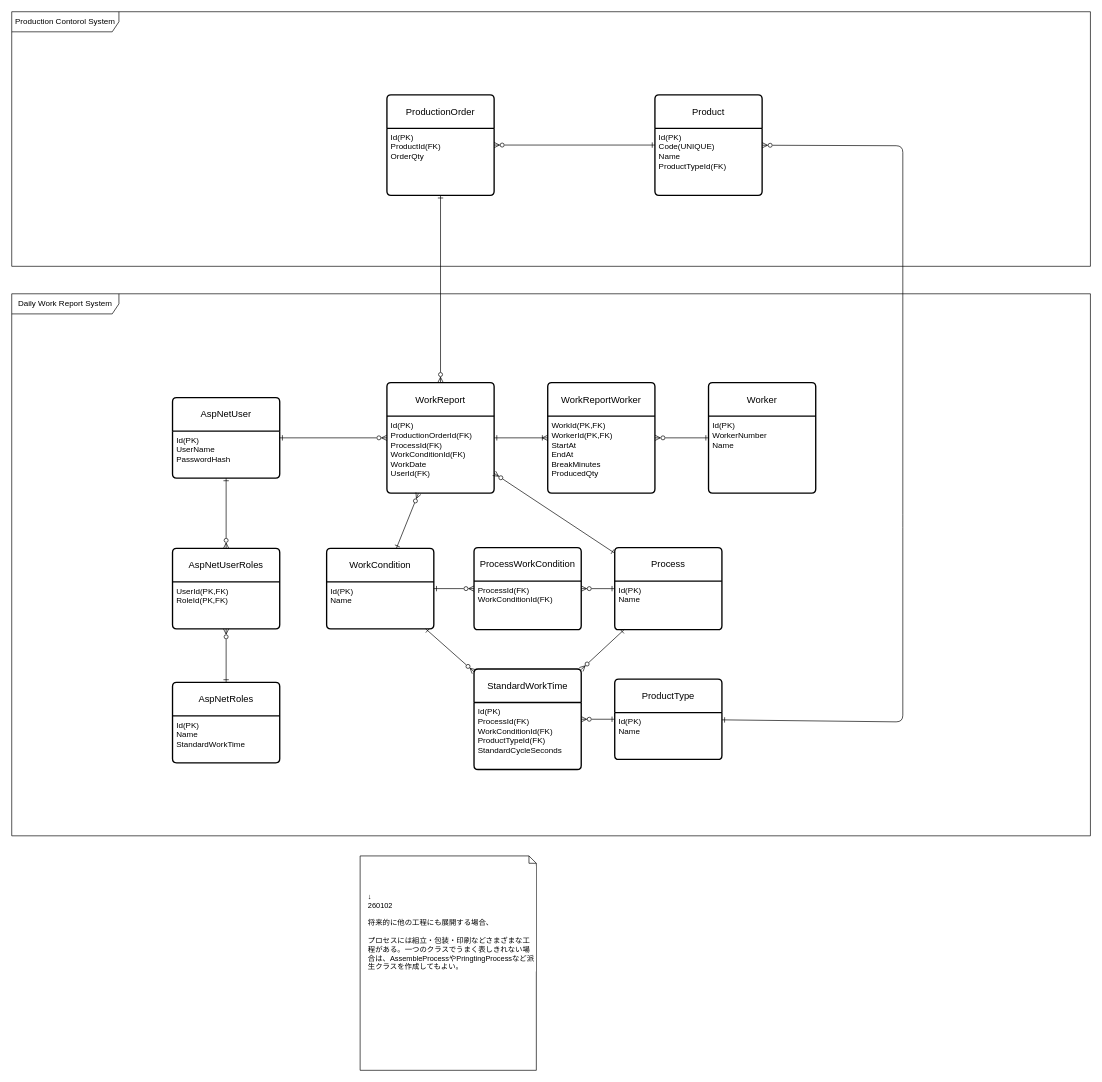
Before: docs/er.drawio in junyatanak/work-report-system, a draw.io diagram. Source tidied: cells renumbered, new cells numbered last; positions are measured from the earlier drawing's top-left corner, leaving out a move shared by most shapes. Both pictures are drawn from the tidied source at 67%, with x=0, y=0 at pixel (11, 11).
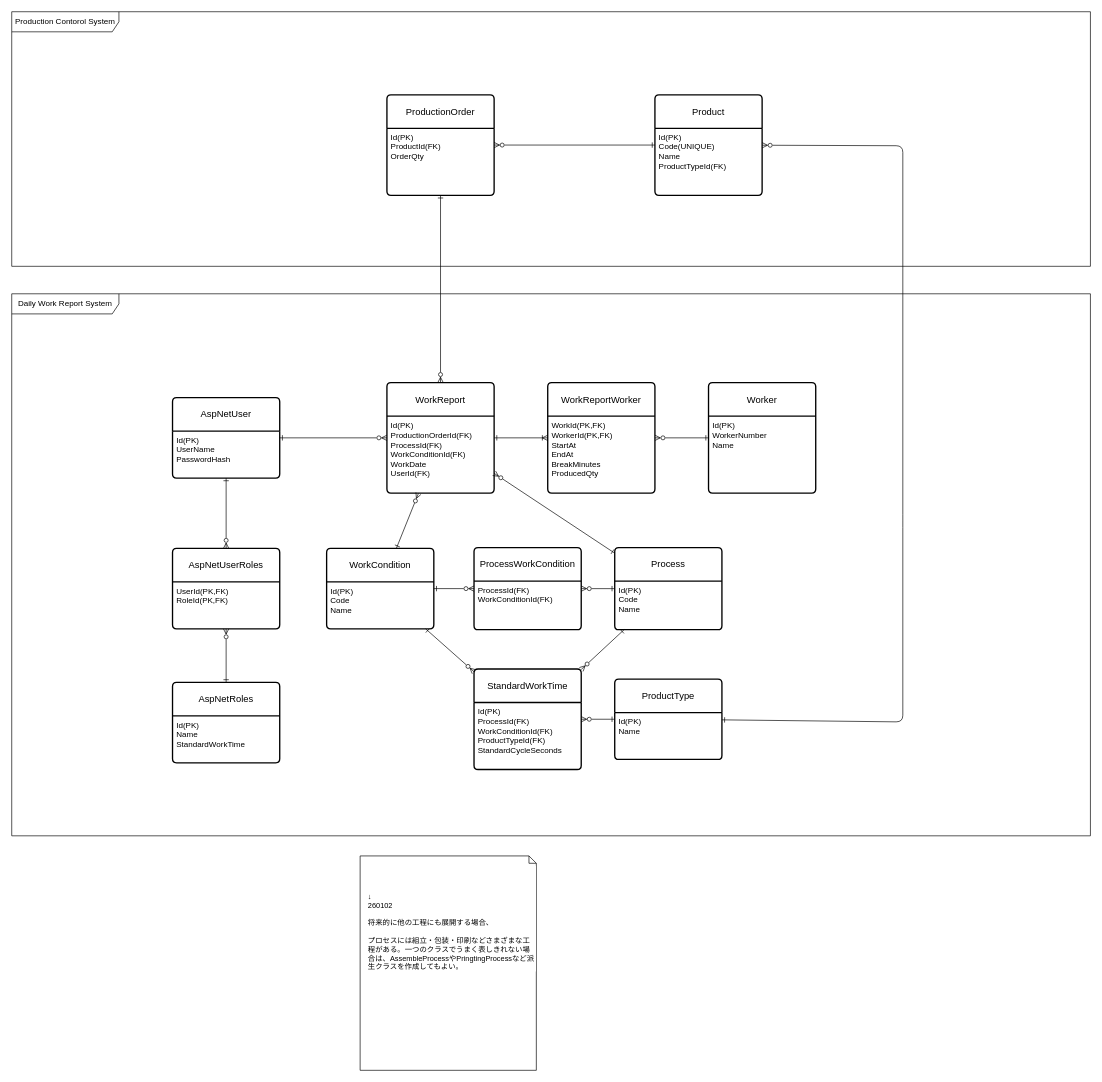
After the change.

Commit message (it also covers changes not shown here):
editing er diagram

The change refers to these unchanged cells:
```xml
<mxCell id="24" value="Process" style="swimlane;horizontal=1;startSize=50;rounded=1;fontSize=14;fontStyle=0;strokeWidth=2;shadow=0;dashed=0;align=center;arcSize=4;whiteSpace=wrap;html=1;" parent="2" vertex="1">
  <mxGeometry x="900" y="378.8" width="160" height="122.5" as="geometry" />
</mxCell>
<mxCell id="29" value="WorkCondition" style="swimlane;horizontal=1;startSize=50;rounded=1;fontSize=14;fontStyle=0;strokeWidth=2;shadow=0;dashed=0;align=center;arcSize=4;whiteSpace=wrap;html=1;" parent="2" vertex="1">
  <mxGeometry x="470" y="380" width="160" height="120" as="geometry" />
</mxCell>
```

Diff of the diagram source:
```diff
@@
-    <mxCell id="25" value="Id(PK)&lt;div&gt;&lt;font color=&quot;#000000&quot;&gt;Name&lt;/font&gt;&lt;/div&gt;" style="align=left;strokeColor=none;fillColor=none;spacingLeft=4;fontSize=12;verticalAlign=top;html=1;" parent="24" vertex="1">
+    <mxCell id="25" value="Id(PK)&lt;div&gt;&lt;font color=&quot;#000000&quot;&gt;Code&lt;/font&gt;&lt;/div&gt;&lt;div&gt;&lt;font color=&quot;#000000&quot;&gt;Name&lt;/font&gt;&lt;/div&gt;" style="align=left;strokeColor=none;fillColor=none;spacingLeft=4;fontSize=12;verticalAlign=top;html=1;" parent="24" vertex="1">
       <mxGeometry y="50" width="160" height="72.5" as="geometry" />
     </mxCell>
@@
-    <mxCell id="30" value="Id(PK)&lt;div&gt;Name&lt;/div&gt;" style="align=left;strokeColor=none;fillColor=none;spacingLeft=4;fontSize=12;verticalAlign=top;html=1;" parent="29" vertex="1">
+    <mxCell id="30" value="Id(PK)&lt;div&gt;Code&lt;/div&gt;&lt;div&gt;Name&lt;/div&gt;" style="align=left;strokeColor=none;fillColor=none;spacingLeft=4;fontSize=12;verticalAlign=top;html=1;" parent="29" vertex="1">
       <mxGeometry y="50" width="160" height="70" as="geometry" />
     </mxCell>
```
